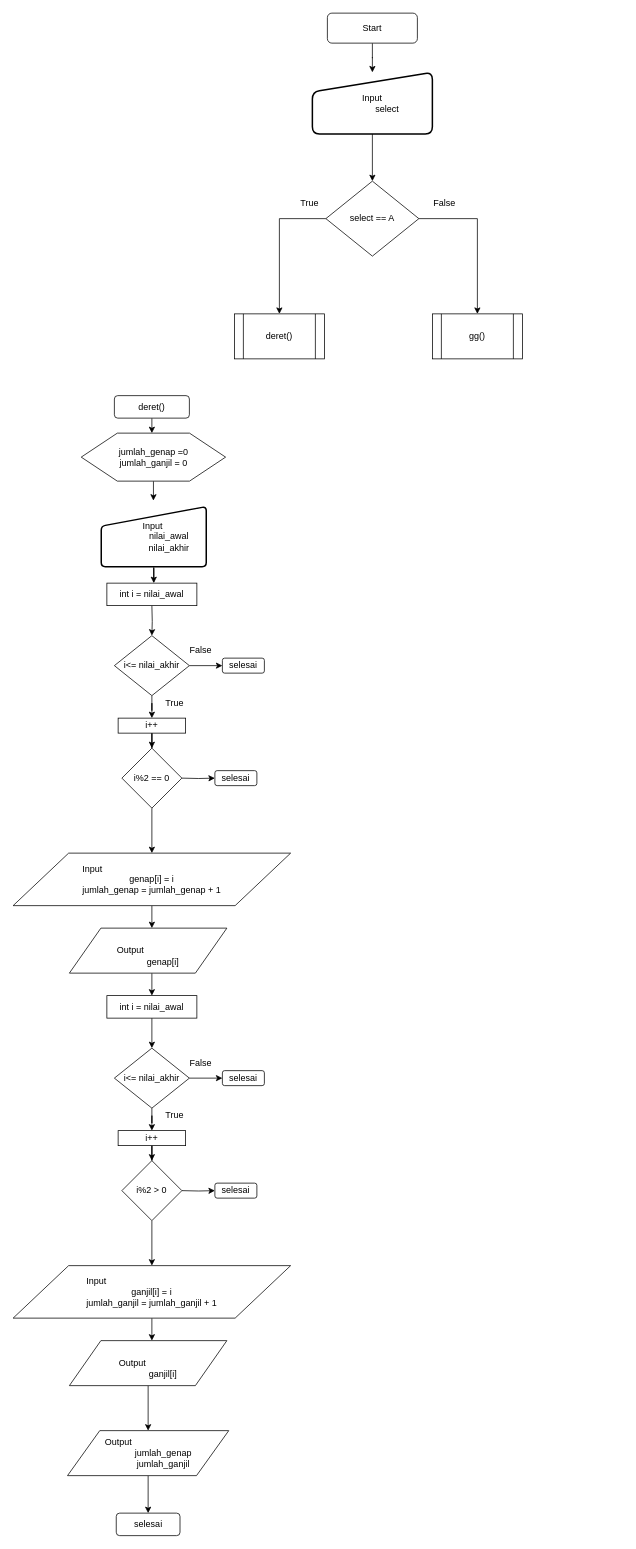
Before: Untitled Diagram.drawio in imamnurhy/flowchart, a draw.io diagram. Source tidied: cells renumbered, new cells numbered last; positions are measured from the earlier drawing's top-left corner, leaving out a move shared by most shapes. Both pictures are drawn from the tidied source at 75%, with x=0, y=0 at pixel (13, 13).
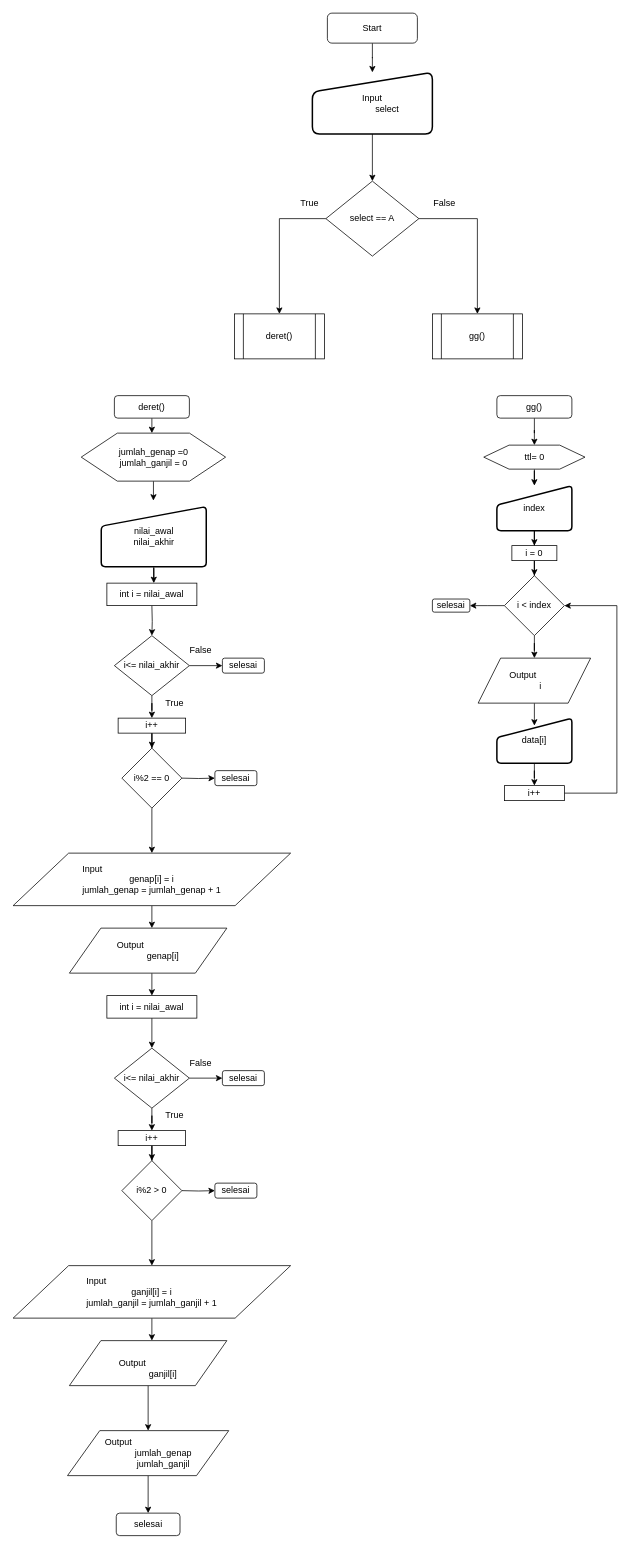
After the change.

The edit, as a diff of the source:
```diff
@@
-    <mxCell id="16" value="&lt;div&gt;&lt;span&gt;Input&amp;nbsp;&lt;/span&gt;&lt;/div&gt;&lt;blockquote style=&quot;margin: 0 0 0 40px ; border: none ; padding: 0px&quot;&gt;&lt;div&gt;&lt;span&gt;nilai_awal&lt;/span&gt;&lt;/div&gt;&lt;/blockquote&gt;&lt;blockquote style=&quot;margin: 0 0 0 40px ; border: none ; padding: 0px&quot;&gt;&lt;div&gt;&lt;span&gt;nilai_akhir&lt;/span&gt;&lt;/div&gt;&lt;/blockquote&gt;" style="html=1;strokeWidth=2;shape=manualInput;whiteSpace=wrap;rounded=1;size=26;arcSize=11;align=center;" parent="1" vertex="1">
+    <mxCell id="16" value="&lt;div&gt;&lt;span&gt;nilai_awal&lt;/span&gt;&lt;/div&gt;&lt;div&gt;&lt;span&gt;nilai_akhir&lt;/span&gt;&lt;/div&gt;" style="html=1;strokeWidth=2;shape=manualInput;whiteSpace=wrap;rounded=1;size=26;arcSize=11;align=center;" parent="1" vertex="1">
       <mxGeometry x="117.5" y="658" width="140" height="80" as="geometry" />
     </mxCell>
@@
-    <mxCell id="50" value="&lt;br&gt;&lt;div style=&quot;text-align: left&quot;&gt;&lt;span style=&quot;font-family: &amp;#34;helvetica&amp;#34;&quot;&gt;Output&lt;/span&gt;&lt;/div&gt;&lt;blockquote style=&quot;margin: 0 0 0 40px ; border: none ; padding: 0px&quot;&gt;&lt;div&gt;&lt;span&gt;genap[i]&lt;/span&gt;&lt;/div&gt;&lt;/blockquote&gt;" style="shape=parallelogram;perimeter=parallelogramPerimeter;whiteSpace=wrap;html=1;align=center;" parent="1" vertex="1">
+    <mxCell id="50" value="&lt;div style=&quot;text-align: left&quot;&gt;&lt;span style=&quot;font-family: &amp;#34;helvetica&amp;#34;&quot;&gt;Output&lt;/span&gt;&lt;/div&gt;&lt;blockquote style=&quot;margin: 0 0 0 40px ; border: none ; padding: 0px&quot;&gt;&lt;div&gt;&lt;span&gt;genap[i]&lt;/span&gt;&lt;/div&gt;&lt;/blockquote&gt;" style="shape=parallelogram;perimeter=parallelogramPerimeter;whiteSpace=wrap;html=1;align=center;" parent="1" vertex="1">
       <mxGeometry x="75" y="1220" width="210" height="60" as="geometry" />
     </mxCell>
@@
+    <mxCell id="58" style="edgeStyle=orthogonalEdgeStyle;rounded=0;jettySize=auto;html=1;" parent="1" edge="1" source="59" target="61">
+      <mxGeometry relative="1" as="geometry" />
+    </mxCell>
+    <mxCell id="59" value="gg()" style="rounded=1;whiteSpace=wrap;html=1;align=center;" parent="1" vertex="1">
+      <mxGeometry x="645" y="510" width="100" height="30" as="geometry" />
+    </mxCell>
+    <mxCell id="60" style="edgeStyle=orthogonalEdgeStyle;rounded=0;jettySize=auto;html=1;" parent="1" edge="1" source="61" target="63">
+      <mxGeometry relative="1" as="geometry" />
+    </mxCell>
+    <mxCell id="61" value="ttl= 0" style="shape=hexagon;perimeter=hexagonPerimeter2;whiteSpace=wrap;html=1;" parent="1" vertex="1">
+      <mxGeometry x="627.5" y="576" width="135" height="32" as="geometry" />
+    </mxCell>
+    <mxCell id="62" style="edgeStyle=orthogonalEdgeStyle;rounded=0;jettySize=auto;html=1;" parent="1" edge="1" source="63" target="65">
+      <mxGeometry relative="1" as="geometry" />
+    </mxCell>
+    <mxCell id="63" value="index" style="html=1;strokeWidth=2;shape=manualInput;whiteSpace=wrap;rounded=1;size=26;arcSize=11;" parent="1" vertex="1">
+      <mxGeometry x="645" y="630" width="100" height="60" as="geometry" />
+    </mxCell>
+    <mxCell id="64" style="edgeStyle=orthogonalEdgeStyle;rounded=0;jettySize=auto;html=1;" parent="1" edge="1" source="65" target="68">
+      <mxGeometry relative="1" as="geometry" />
+    </mxCell>
+    <mxCell id="65" value="i = 0" style="rounded=0;whiteSpace=wrap;html=1;" parent="1" vertex="1">
+      <mxGeometry x="665" y="710" width="60" height="20" as="geometry" />
+    </mxCell>
+    <mxCell id="66" style="edgeStyle=orthogonalEdgeStyle;rounded=0;jettySize=auto;html=1;" parent="1" edge="1" source="68" target="69">
+      <mxGeometry relative="1" as="geometry" />
+    </mxCell>
+    <mxCell id="67" style="edgeStyle=orthogonalEdgeStyle;rounded=0;jettySize=auto;html=1;" parent="1" edge="1" source="68" target="71">
+      <mxGeometry relative="1" as="geometry" />
+    </mxCell>
+    <mxCell id="68" value="i &amp;lt; index" style="rhombus;whiteSpace=wrap;html=1;" parent="1" vertex="1">
+      <mxGeometry x="655" y="750" width="80" height="80" as="geometry" />
+    </mxCell>
+    <mxCell id="69" value="selesai" style="rounded=1;whiteSpace=wrap;html=1;" parent="1" vertex="1">
+      <mxGeometry x="559" y="781.2" width="50" height="17.5" as="geometry" />
+    </mxCell>
+    <mxCell id="70" style="edgeStyle=orthogonalEdgeStyle;rounded=0;jettySize=auto;html=1;" parent="1" edge="1" source="71">
+      <mxGeometry relative="1" as="geometry">
+        <mxPoint x="695" y="950" as="targetPoint" />
+      </mxGeometry>
+    </mxCell>
+    <mxCell id="71" value="&lt;blockquote style=&quot;margin: 0 0 0 40px ; border: none ; padding: 0px&quot;&gt;&lt;div&gt;&lt;span&gt;Output&amp;nbsp;&lt;/span&gt;&lt;/div&gt;&lt;/blockquote&gt;&lt;blockquote style=&quot;margin: 0 0 0 40px ; border: none ; padding: 0px&quot;&gt;&lt;blockquote style=&quot;margin: 0 0 0 40px ; border: none ; padding: 0px&quot;&gt;i&lt;/blockquote&gt;&lt;/blockquote&gt;" style="shape=parallelogram;perimeter=parallelogramPerimeter;whiteSpace=wrap;html=1;align=left;" parent="1" vertex="1">
+      <mxGeometry x="620" y="860" width="150" height="60" as="geometry" />
+    </mxCell>
+    <mxCell id="72" style="edgeStyle=orthogonalEdgeStyle;rounded=0;jettySize=auto;html=1;" parent="1" edge="1" source="73" target="75">
+      <mxGeometry relative="1" as="geometry" />
+    </mxCell>
+    <mxCell id="73" value="data[i]" style="html=1;strokeWidth=2;shape=manualInput;whiteSpace=wrap;rounded=1;size=26;arcSize=11;" parent="1" vertex="1">
+      <mxGeometry x="645" y="940" width="100" height="60" as="geometry" />
+    </mxCell>
+    <mxCell id="74" style="edgeStyle=orthogonalEdgeStyle;rounded=0;jettySize=auto;html=1;entryX=1;entryY=0.5;entryDx=0;entryDy=0;" parent="1" edge="1" source="75" target="68">
+      <mxGeometry relative="1" as="geometry">
+        <Array as="points">
+          <mxPoint x="805" y="1040" />
+          <mxPoint x="805" y="790" />
+        </Array>
+      </mxGeometry>
+    </mxCell>
+    <mxCell id="75" value="i++" style="rounded=0;whiteSpace=wrap;html=1;" parent="1" vertex="1">
+      <mxGeometry x="655" y="1030" width="80" height="20" as="geometry" />
+    </mxCell>
```
